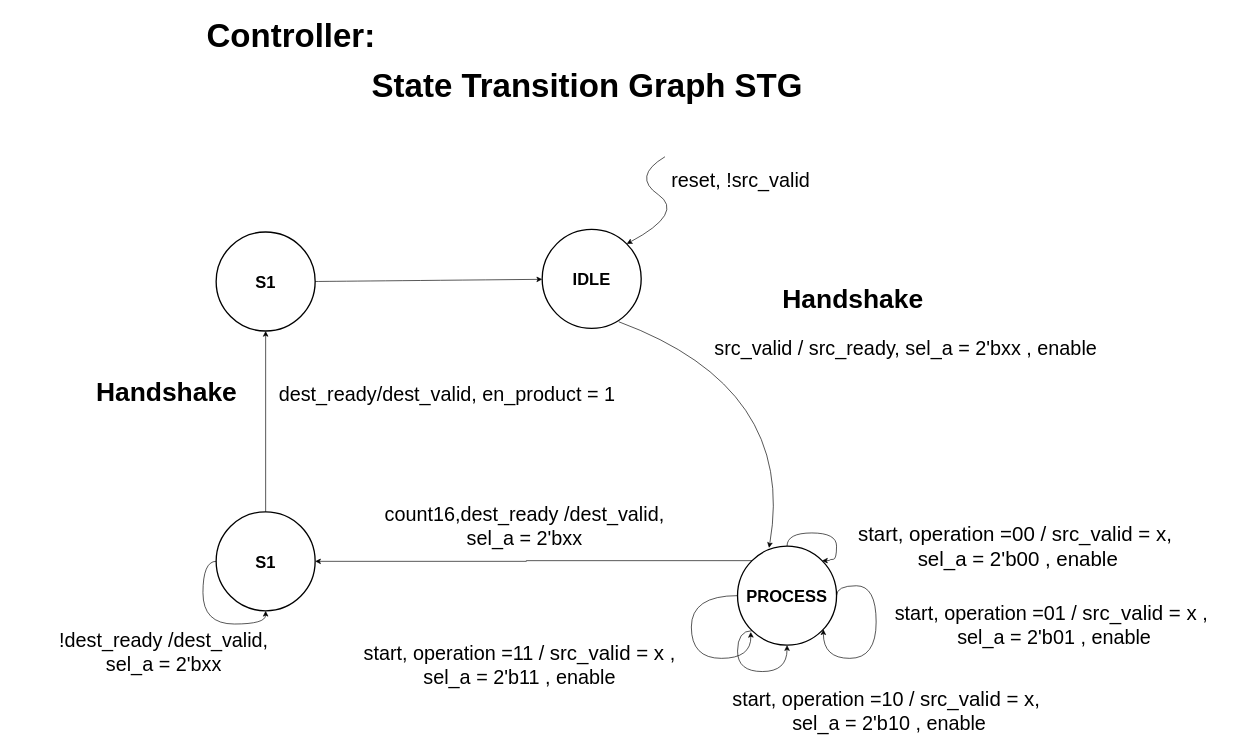
Above: Nasir/docs/Controller_val_ready.drawio in medsuet/Xcelerium-IC-Design-Training (draw.io), before the change. Source tidied: cells renumbered, new cells numbered last; positions are measured from the earlier drawing's top-left corner, leaving out a move shared by most shapes. Both pictures are drawn from the tidied source at 66%, with x=0, y=0 at pixel (11, 11).
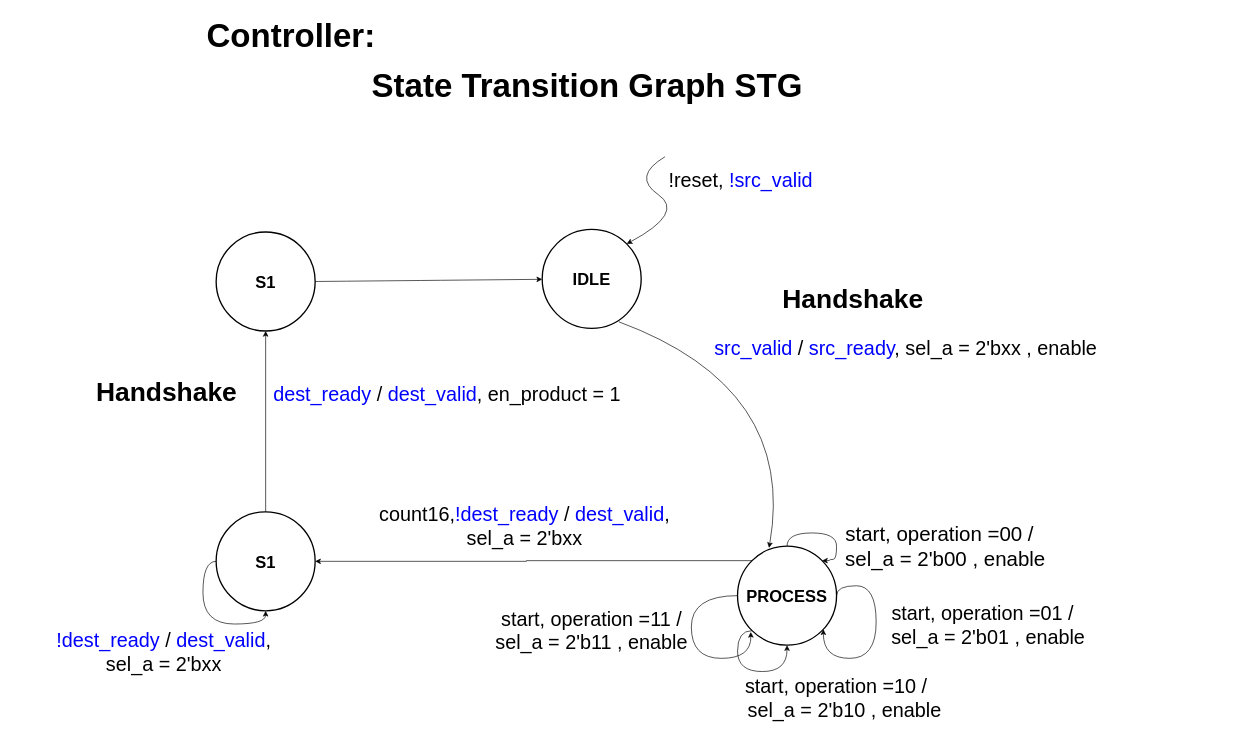
Above is the later version.

Diff of the diagram source:
```diff
@@
-    <mxCell id="9" value="&lt;font style=&quot;font-size: 30px;&quot;&gt;reset, !src_valid&lt;/font&gt;" style="text;html=1;align=center;verticalAlign=middle;whiteSpace=wrap;rounded=0;" parent="1" vertex="1">
+    <mxCell id="9" value="&lt;font style=&quot;font-size: 30px;&quot;&gt;!reset, &lt;font color=&quot;#0000ff&quot;&gt;!src_valid&lt;/font&gt;&lt;/font&gt;" style="text;html=1;align=center;verticalAlign=middle;whiteSpace=wrap;rounded=0;" parent="1" vertex="1">
       <mxGeometry x="990" y="240" width="230" height="30" as="geometry" />
     </mxCell>
-    <mxCell id="10" value="&lt;font style=&quot;font-size: 30px;&quot;&gt;src_valid / src_ready, sel_a = 2'bxx , enable&lt;/font&gt;" style="text;html=1;align=center;verticalAlign=middle;whiteSpace=wrap;rounded=0;" parent="1" vertex="1">
+    <mxCell id="10" value="&lt;font style=&quot;font-size: 30px;&quot;&gt;&lt;font color=&quot;#0000ff&quot;&gt;src_valid&lt;/font&gt; / &lt;font color=&quot;#0000ff&quot;&gt;src_ready&lt;/font&gt;, sel_a = 2'bxx , enable&lt;/font&gt;" style="text;html=1;align=center;verticalAlign=middle;whiteSpace=wrap;rounded=0;" parent="1" vertex="1">
       <mxGeometry x="1050" y="480" width="610" height="60" as="geometry" />
     </mxCell>
@@
-    <mxCell id="12" value="&lt;font style=&quot;font-size: 30px;&quot;&gt;start, operation =01 /&amp;nbsp;&lt;span style=&quot;font-size: 31px;&quot;&gt;src_valid = x&amp;nbsp;&lt;/span&gt;,&amp;nbsp;&lt;/font&gt;&lt;div&gt;&lt;font style=&quot;font-size: 30px;&quot;&gt;sel_a = 2'b01 , enable&lt;/font&gt;&lt;/div&gt;" style="text;html=1;align=center;verticalAlign=middle;whiteSpace=wrap;rounded=0;" parent="1" vertex="1">
-      <mxGeometry x="1290" y="900" width="580" height="60" as="geometry" />
+    <mxCell id="12" value="&lt;font style=&quot;font-size: 30px;&quot;&gt;start, operation =01 /&amp;nbsp;&amp;nbsp;&lt;/font&gt;&lt;div&gt;&lt;font style=&quot;font-size: 30px;&quot;&gt;sel_a = 2'b01 , enable&lt;/font&gt;&lt;/div&gt;" style="text;html=1;align=center;verticalAlign=middle;whiteSpace=wrap;rounded=0;" parent="1" vertex="1">
+      <mxGeometry x="1190" y="900" width="580" height="60" as="geometry" />
     </mxCell>
-    <mxCell id="13" value="&lt;font style=&quot;font-size: 30px;&quot;&gt;start, operation =10 /&amp;nbsp;&lt;span style=&quot;font-size: 31px;&quot;&gt;src_valid = x,&amp;nbsp;&lt;/span&gt;&lt;/font&gt;&lt;div&gt;&lt;font style=&quot;font-size: 30px;&quot;&gt;sel_a = 2'b10 , enable&lt;/font&gt;&lt;/div&gt;" style="text;html=1;align=center;verticalAlign=middle;whiteSpace=wrap;rounded=0;rotation=0;" parent="1" vertex="1">
-      <mxGeometry x="1030" y="1030" width="600" height="60" as="geometry" />
+    <mxCell id="13" value="&lt;font style=&quot;font-size: 30px;&quot;&gt;start, operation =10 /&lt;span style=&quot;font-size: 31px;&quot;&gt;&amp;nbsp;&lt;/span&gt;&lt;/font&gt;&lt;div&gt;&lt;font style=&quot;font-size: 30px;&quot;&gt;&amp;nbsp; sel_a = 2'b10 , enable&lt;/font&gt;&lt;/div&gt;" style="text;html=1;align=center;verticalAlign=middle;whiteSpace=wrap;rounded=0;rotation=0;" parent="1" vertex="1">
+      <mxGeometry x="954" y="1010" width="600" height="60" as="geometry" />
     </mxCell>
-    <mxCell id="14" value="&lt;font style=&quot;font-size: 30px;&quot;&gt;start, operation =11 /&amp;nbsp;&lt;span style=&quot;font-size: 31px;&quot;&gt;src_valid = x&amp;nbsp;&lt;/span&gt;,&lt;/font&gt;&lt;div&gt;&lt;font style=&quot;font-size: 30px;&quot;&gt;sel_a = 2'b11 , enable&lt;/font&gt;&lt;/div&gt;" style="text;html=1;align=center;verticalAlign=middle;whiteSpace=wrap;rounded=0;" parent="1" vertex="1">
-      <mxGeometry x="480" y="960" width="580" height="60" as="geometry" />
+    <mxCell id="14" value="&lt;font style=&quot;font-size: 30px;&quot;&gt;start, operation =11 /&lt;/font&gt;&lt;div&gt;&lt;font style=&quot;font-size: 30px;&quot;&gt;sel_a = 2'b11 , enable&lt;/font&gt;&lt;/div&gt;" style="text;html=1;align=center;verticalAlign=middle;whiteSpace=wrap;rounded=0;" parent="1" vertex="1">
+      <mxGeometry x="589" y="908" width="580" height="60" as="geometry" />
     </mxCell>
@@
-    <mxCell id="16" value="&lt;font style=&quot;font-size: 31px;&quot;&gt;start, operation =00 / src_valid = x,&amp;nbsp;&lt;/font&gt;&lt;div&gt;&lt;font style=&quot;font-size: 31px;&quot;&gt;sel_a = 2'b00 , enable&lt;/font&gt;&lt;/div&gt;" style="text;html=1;align=center;verticalAlign=middle;whiteSpace=wrap;rounded=0;" parent="1" vertex="1">
-      <mxGeometry x="1220" y="780" width="610" height="60" as="geometry" />
+    <mxCell id="16" value="&lt;font style=&quot;font-size: 31px;&quot;&gt;start, operation =00 / &amp;nbsp;&lt;/font&gt;&lt;div&gt;&lt;font style=&quot;font-size: 31px;&quot;&gt;sel_a = 2'b00 , enable&lt;/font&gt;&lt;/div&gt;" style="text;html=1;align=center;verticalAlign=middle;whiteSpace=wrap;rounded=0;" parent="1" vertex="1">
+      <mxGeometry x="1110" y="780" width="610" height="60" as="geometry" />
     </mxCell>
-    <mxCell id="17" value="&lt;font style=&quot;font-size: 30px;&quot;&gt;count16,dest_ready /dest_valid,&lt;/font&gt;&lt;div&gt;&lt;font style=&quot;font-size: 30px;&quot;&gt;&amp;nbsp;sel_a = 2'bxx&amp;nbsp;&lt;/font&gt;&lt;/div&gt;" style="text;html=1;align=center;verticalAlign=middle;whiteSpace=wrap;rounded=0;" parent="1" vertex="1">
+    <mxCell id="17" value="&lt;font style=&quot;font-size: 30px;&quot;&gt;count16,&lt;font color=&quot;#0000ff&quot;&gt;!dest_ready&lt;/font&gt; /&amp;nbsp;&lt;font color=&quot;#0000ff&quot;&gt;dest_valid&lt;/font&gt;,&lt;/font&gt;&lt;div&gt;&lt;font style=&quot;font-size: 30px;&quot;&gt;&amp;nbsp;sel_a = 2'bxx&amp;nbsp;&lt;/font&gt;&lt;/div&gt;" style="text;html=1;align=center;verticalAlign=middle;whiteSpace=wrap;rounded=0;" parent="1" vertex="1">
       <mxGeometry x="555" y="750" width="445" height="60" as="geometry" />
     </mxCell>
@@
-    <mxCell id="20" value="&lt;font style=&quot;font-size: 30px;&quot;&gt;!dest_ready /dest_valid,&amp;nbsp;&lt;/font&gt;&lt;div&gt;&lt;font style=&quot;font-size: 30px;&quot;&gt;sel_a = 2'bxx&amp;nbsp;&lt;/font&gt;&lt;/div&gt;" style="text;html=1;align=center;verticalAlign=middle;whiteSpace=wrap;rounded=0;" parent="1" vertex="1">
+    <mxCell id="20" value="&lt;font style=&quot;font-size: 30px;&quot;&gt;&lt;font color=&quot;#0000ff&quot;&gt;!dest_ready&lt;/font&gt; /&amp;nbsp;&lt;font color=&quot;#0000ff&quot;&gt;dest_valid&lt;/font&gt;,&amp;nbsp;&lt;/font&gt;&lt;div&gt;&lt;font style=&quot;font-size: 30px;&quot;&gt;sel_a = 2'bxx&amp;nbsp;&lt;/font&gt;&lt;/div&gt;" style="text;html=1;align=center;verticalAlign=middle;whiteSpace=wrap;rounded=0;" parent="1" vertex="1">
       <mxGeometry y="940" width="470" height="60" as="geometry" />
     </mxCell>
@@
-    <mxCell id="26" value="&lt;font style=&quot;font-size: 30px;&quot;&gt;dest_ready/dest_valid, en_product = 1&lt;/font&gt;" style="text;html=1;align=center;verticalAlign=middle;whiteSpace=wrap;rounded=0;" parent="1" vertex="1">
+    <mxCell id="26" value="&lt;font style=&quot;font-size: 30px;&quot;&gt;&lt;font color=&quot;#0000ff&quot;&gt;dest_ready&amp;nbsp;&lt;/font&gt;/ &lt;font color=&quot;#0000ff&quot;&gt;dest_valid&lt;/font&gt;, en_product = 1&lt;/font&gt;" style="text;html=1;align=center;verticalAlign=middle;whiteSpace=wrap;rounded=0;" parent="1" vertex="1">
       <mxGeometry x="390" y="550" width="540" height="60" as="geometry" />
     </mxCell>
```
